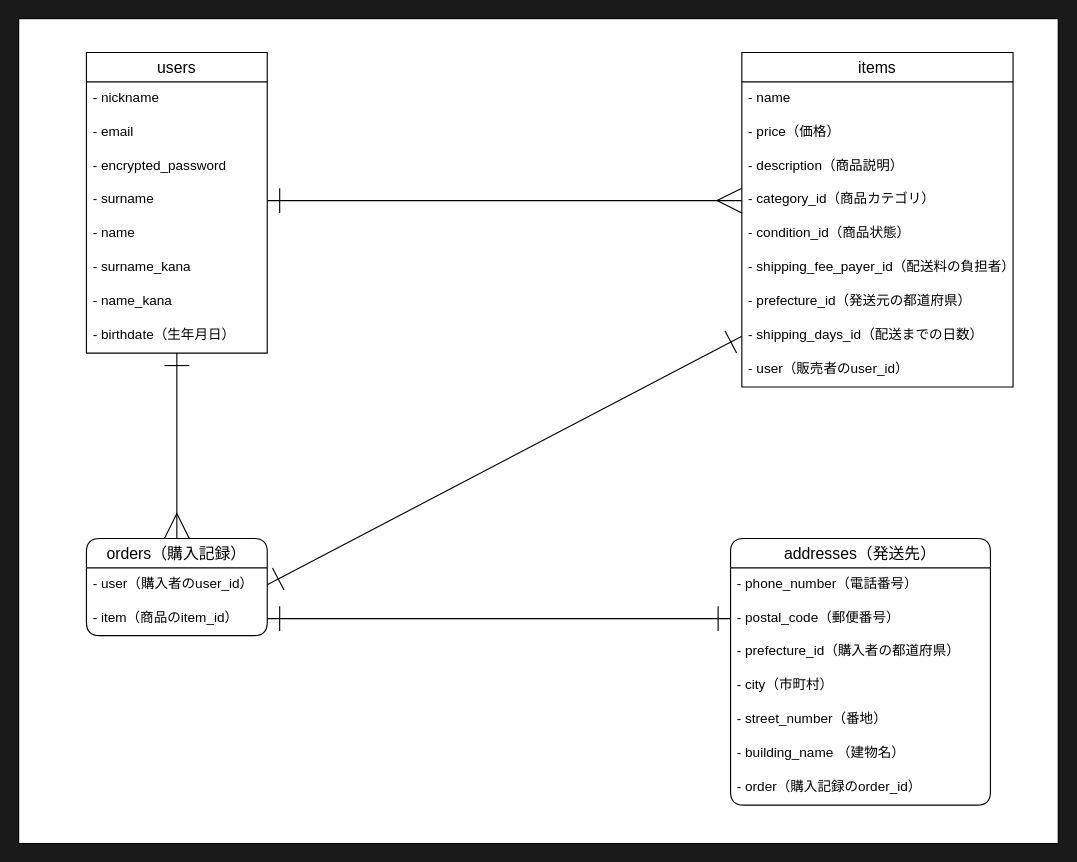
Sasagamo/furima-41566 keeps this draw.io diagram as furima-41566.dio. Above is the earlier version. Source tidied: cells renumbered, new cells numbered last; positions are measured from the earlier drawing's top-left corner, leaving out a move shared by most shapes. Both pictures are drawn from the tidied source at 113%, with x=0, y=0 at pixel (18, 18).
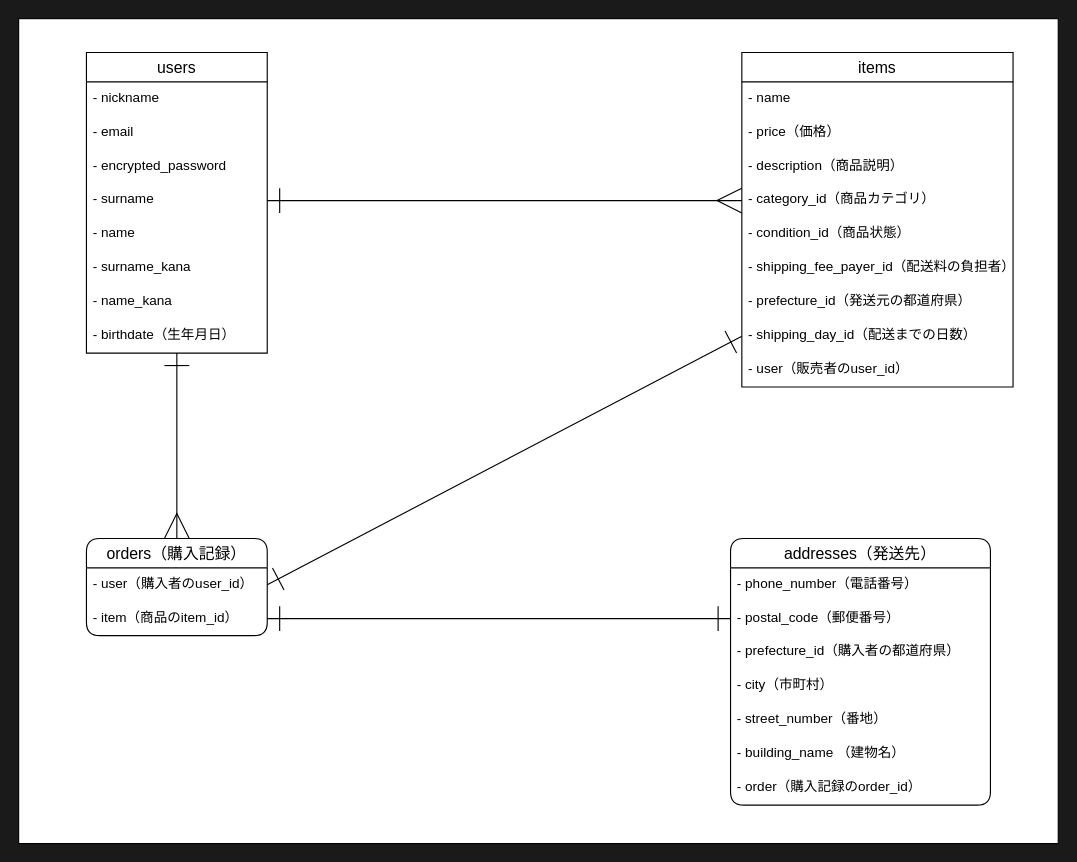
Above is the later version.

Unchanged cells that the change refers to:
```xml
<mxCell id="12" value="items" style="swimlane;fontStyle=0;horizontal=1;startSize=26;align=center;fontSize=14;" parent="1" vertex="1">
  <mxGeometry x="640" y="30" width="240" height="296" as="geometry" />
</mxCell>
```

Diff of the diagram source:
```diff
@@
-    <mxCell id="20" value="- shipping_days_id（配送までの日数）" style="text;spacingLeft=4;spacingRight=4;overflow=hidden;points=[[0,0.5],[1,0.5]];portConstraint=eastwest;fontSize=12;labelBackgroundColor=none;fillColor=none;" parent="12" vertex="1">
+    <mxCell id="20" value="- shipping_day_id（配送までの日数）" style="text;spacingLeft=4;spacingRight=4;overflow=hidden;points=[[0,0.5],[1,0.5]];portConstraint=eastwest;fontSize=12;labelBackgroundColor=none;fillColor=none;" parent="12" vertex="1">
       <mxGeometry y="236" width="240" height="30" as="geometry" />
     </mxCell>
```
